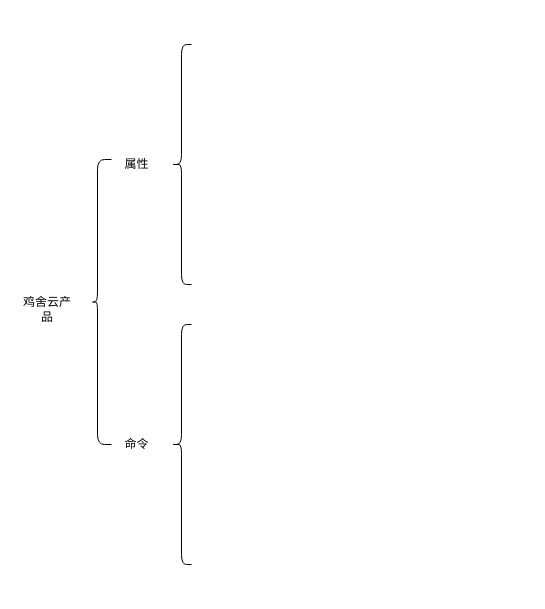
Above: 华为云.drawio in niusama2/papper_chart (draw.io), before the change. Source tidied: cells renumbered, new cells numbered last; positions are measured from the earlier drawing's top-left corner, leaving out a move shared by most shapes. Both pictures are drawn from the tidied source at 100%, with x=0, y=0 at pixel (17, 44).
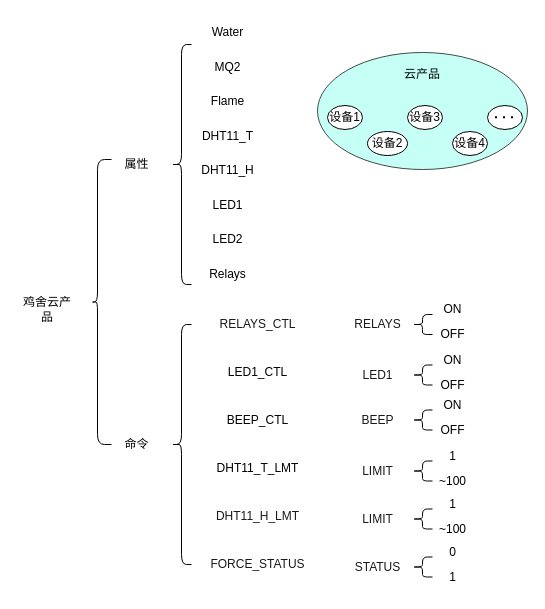
The same diagram, later.

Commit message (it also covers changes not shown here):
更新华为云.drawio

What changed in the source:
```diff
@@
+    <mxCell id="8" value="Water" style="text;html=1;align=center;verticalAlign=middle;strokeColor=none;fillColor=none;" parent="1" vertex="1">
+      <mxGeometry x="180" y="-27" width="60" height="30" as="geometry" />
+    </mxCell>
+    <mxCell id="9" value="MQ2" style="text;html=1;align=center;verticalAlign=middle;strokeColor=none;fillColor=none;" parent="1" vertex="1">
+      <mxGeometry x="185" y="8" width="50" height="30" as="geometry" />
+    </mxCell>
+    <mxCell id="10" value="Flame" style="text;html=1;align=center;verticalAlign=middle;strokeColor=none;fillColor=none;" parent="1" vertex="1">
+      <mxGeometry x="180" y="42" width="60" height="30" as="geometry" />
+    </mxCell>
+    <mxCell id="11" value="DHT11_T" style="text;html=1;align=center;verticalAlign=middle;strokeColor=none;fillColor=none;" parent="1" vertex="1">
+      <mxGeometry x="175" y="77" width="70" height="30" as="geometry" />
+    </mxCell>
+    <mxCell id="12" value="DHT11_H" style="text;html=1;align=center;verticalAlign=middle;strokeColor=none;fillColor=none;" parent="1" vertex="1">
+      <mxGeometry x="170" y="111" width="80" height="30" as="geometry" />
+    </mxCell>
+    <mxCell id="13" value="LED1" style="text;html=1;align=center;verticalAlign=middle;strokeColor=none;fillColor=none;" parent="1" vertex="1">
+      <mxGeometry x="185" y="146" width="50" height="30" as="geometry" />
+    </mxCell>
+    <mxCell id="14" value="LED2" style="text;html=1;align=center;verticalAlign=middle;strokeColor=none;fillColor=none;" parent="1" vertex="1">
+      <mxGeometry x="185" y="180" width="50" height="30" as="geometry" />
+    </mxCell>
+    <mxCell id="15" value="Relays" style="text;html=1;align=center;verticalAlign=middle;strokeColor=none;fillColor=none;" parent="1" vertex="1">
+      <mxGeometry x="180" y="215" width="60" height="30" as="geometry" />
+    </mxCell>
+    <mxCell id="16" value="&lt;span style=&quot;color: rgb(25, 25, 25); font-family: Helvetica, Arial, PingFangSC-Regular, &amp;quot;Hiragino Sans GB&amp;quot;, &amp;quot;Microsoft YaHei&amp;quot;, 微软雅黑, &amp;quot;Microsoft JhengHei&amp;quot;; text-align: start; background-color: rgb(255, 255, 255);&quot;&gt;RELAYS_CTL&lt;/span&gt;" style="text;html=1;align=center;verticalAlign=middle;strokeColor=none;fillColor=none;" parent="1" vertex="1">
+      <mxGeometry x="190" y="265" width="100" height="30" as="geometry" />
+    </mxCell>
+    <mxCell id="17" value="LED1_CTL" style="text;html=1;align=center;verticalAlign=middle;strokeColor=none;fillColor=none;" parent="1" vertex="1">
+      <mxGeometry x="200" y="313" width="80" height="30" as="geometry" />
+    </mxCell>
+    <mxCell id="18" value="BEEP_CTL" style="text;html=1;align=center;verticalAlign=middle;strokeColor=none;fillColor=none;" parent="1" vertex="1">
+      <mxGeometry x="200" y="361" width="80" height="30" as="geometry" />
+    </mxCell>
+    <mxCell id="19" value="DHT11_T_LMT" style="text;html=1;align=center;verticalAlign=middle;strokeColor=none;fillColor=none;" parent="1" vertex="1">
+      <mxGeometry x="185" y="409" width="110" height="30" as="geometry" />
+    </mxCell>
+    <mxCell id="20" value="&lt;span style=&quot;color: rgb(25, 25, 25); font-family: Helvetica, Arial, PingFangSC-Regular, &amp;quot;Hiragino Sans GB&amp;quot;, &amp;quot;Microsoft YaHei&amp;quot;, 微软雅黑, &amp;quot;Microsoft JhengHei&amp;quot;; text-align: start; background-color: rgb(255, 255, 255);&quot;&gt;DHT11_H_LMT&lt;/span&gt;" style="text;html=1;align=center;verticalAlign=middle;strokeColor=none;fillColor=none;" parent="1" vertex="1">
+      <mxGeometry x="185" y="457" width="110" height="30" as="geometry" />
+    </mxCell>
+    <mxCell id="21" value="&lt;span style=&quot;color: rgb(25, 25, 25); font-family: Helvetica, Arial, PingFangSC-Regular, &amp;quot;Hiragino Sans GB&amp;quot;, &amp;quot;Microsoft YaHei&amp;quot;, 微软雅黑, &amp;quot;Microsoft JhengHei&amp;quot;; text-align: start; background-color: rgb(255, 255, 255);&quot;&gt;FORCE_STATUS&lt;/span&gt;" style="text;html=1;align=center;verticalAlign=middle;strokeColor=none;fillColor=none;" parent="1" vertex="1">
+      <mxGeometry x="180" y="505" width="120" height="30" as="geometry" />
+    </mxCell>
+    <mxCell id="22" value="&lt;span style=&quot;color: rgb(25, 25, 25); font-family: Helvetica, Arial, PingFangSC-Regular, &amp;quot;Hiragino Sans GB&amp;quot;, &amp;quot;Microsoft YaHei&amp;quot;, 微软雅黑, &amp;quot;Microsoft JhengHei&amp;quot;; text-align: start; background-color: rgb(255, 255, 255);&quot;&gt;RELAYS&lt;/span&gt;" style="text;html=1;align=center;verticalAlign=middle;strokeColor=none;fillColor=none;" parent="1" vertex="1">
+      <mxGeometry x="325" y="265" width="70" height="30" as="geometry" />
+    </mxCell>
+    <mxCell id="23" style="shape=curlyBracket;whiteSpace=wrap;html=1;rounded=1;labelPosition=left;verticalLabelPosition=middle;align=right;verticalAlign=middle;size=0.5;" parent="1" vertex="1">
+      <mxGeometry x="395" y="270" width="20" height="20" as="geometry" />
+    </mxCell>
+    <mxCell id="24" value="ON" style="text;html=1;align=center;verticalAlign=middle;strokeColor=none;fillColor=none;" parent="1" vertex="1">
+      <mxGeometry x="415" y="250" width="40" height="30" as="geometry" />
+    </mxCell>
+    <mxCell id="25" value="OFF" style="text;html=1;align=center;verticalAlign=middle;strokeColor=none;fillColor=none;" parent="1" vertex="1">
+      <mxGeometry x="410" y="275" width="50" height="30" as="geometry" />
+    </mxCell>
+    <mxCell id="26" value="&lt;span style=&quot;color: rgb(25, 25, 25); font-family: Helvetica, Arial, PingFangSC-Regular, &amp;quot;Hiragino Sans GB&amp;quot;, &amp;quot;Microsoft YaHei&amp;quot;, 微软雅黑, &amp;quot;Microsoft JhengHei&amp;quot;; text-align: start; background-color: rgb(255, 255, 255);&quot;&gt;LED1&lt;/span&gt;" style="text;html=1;align=center;verticalAlign=middle;strokeColor=none;fillColor=none;" parent="1" vertex="1">
+      <mxGeometry x="335" y="315.5" width="50" height="30" as="geometry" />
+    </mxCell>
+    <mxCell id="27" style="shape=curlyBracket;whiteSpace=wrap;html=1;rounded=1;labelPosition=left;verticalLabelPosition=middle;align=right;verticalAlign=middle;size=0.5;" parent="1" vertex="1">
+      <mxGeometry x="395" y="320.5" width="20" height="20" as="geometry" />
+    </mxCell>
+    <mxCell id="28" value="ON" style="text;html=1;align=center;verticalAlign=middle;strokeColor=none;fillColor=none;" parent="1" vertex="1">
+      <mxGeometry x="415" y="300.5" width="40" height="30" as="geometry" />
+    </mxCell>
+    <mxCell id="29" value="OFF" style="text;html=1;align=center;verticalAlign=middle;strokeColor=none;fillColor=none;" parent="1" vertex="1">
+      <mxGeometry x="410" y="325.5" width="50" height="30" as="geometry" />
+    </mxCell>
+    <mxCell id="30" value="&lt;span style=&quot;color: rgb(25, 25, 25); font-family: Helvetica, Arial, PingFangSC-Regular, &amp;quot;Hiragino Sans GB&amp;quot;, &amp;quot;Microsoft YaHei&amp;quot;, 微软雅黑, &amp;quot;Microsoft JhengHei&amp;quot;; text-align: start; background-color: rgb(255, 255, 255);&quot;&gt;BEEP&lt;/span&gt;" style="text;html=1;align=center;verticalAlign=middle;strokeColor=none;fillColor=none;" parent="1" vertex="1">
+      <mxGeometry x="330" y="360.5" width="60" height="30" as="geometry" />
+    </mxCell>
+    <mxCell id="31" style="shape=curlyBracket;whiteSpace=wrap;html=1;rounded=1;labelPosition=left;verticalLabelPosition=middle;align=right;verticalAlign=middle;size=0.5;" parent="1" vertex="1">
+      <mxGeometry x="395" y="365.5" width="20" height="20" as="geometry" />
+    </mxCell>
+    <mxCell id="32" value="ON" style="text;html=1;align=center;verticalAlign=middle;strokeColor=none;fillColor=none;" parent="1" vertex="1">
+      <mxGeometry x="415" y="345.5" width="40" height="30" as="geometry" />
+    </mxCell>
+    <mxCell id="33" value="OFF" style="text;html=1;align=center;verticalAlign=middle;strokeColor=none;fillColor=none;" parent="1" vertex="1">
+      <mxGeometry x="410" y="370.5" width="50" height="30" as="geometry" />
+    </mxCell>
+    <mxCell id="34" value="&lt;span style=&quot;color: rgb(25, 25, 25); font-family: Helvetica, Arial, PingFangSC-Regular, &amp;quot;Hiragino Sans GB&amp;quot;, &amp;quot;Microsoft YaHei&amp;quot;, 微软雅黑, &amp;quot;Microsoft JhengHei&amp;quot;; text-align: start; background-color: rgb(255, 255, 255);&quot;&gt;LIMIT&lt;/span&gt;" style="text;html=1;align=center;verticalAlign=middle;strokeColor=none;fillColor=none;" parent="1" vertex="1">
+      <mxGeometry x="335" y="411.5" width="50" height="30" as="geometry" />
+    </mxCell>
+    <mxCell id="35" style="shape=curlyBracket;whiteSpace=wrap;html=1;rounded=1;labelPosition=left;verticalLabelPosition=middle;align=right;verticalAlign=middle;size=0.5;" parent="1" vertex="1">
+      <mxGeometry x="395" y="416.5" width="20" height="20" as="geometry" />
+    </mxCell>
+    <mxCell id="36" value="1" style="text;html=1;align=center;verticalAlign=middle;strokeColor=none;fillColor=none;" parent="1" vertex="1">
+      <mxGeometry x="420" y="396.5" width="30" height="30" as="geometry" />
+    </mxCell>
+    <mxCell id="37" value="~100" style="text;html=1;align=center;verticalAlign=middle;strokeColor=none;fillColor=none;" parent="1" vertex="1">
+      <mxGeometry x="410" y="421.5" width="50" height="30" as="geometry" />
+    </mxCell>
+    <mxCell id="38" value="&lt;span style=&quot;color: rgb(25, 25, 25); font-family: Helvetica, Arial, PingFangSC-Regular, &amp;quot;Hiragino Sans GB&amp;quot;, &amp;quot;Microsoft YaHei&amp;quot;, 微软雅黑, &amp;quot;Microsoft JhengHei&amp;quot;; text-align: start; background-color: rgb(255, 255, 255);&quot;&gt;LIMIT&lt;/span&gt;" style="text;html=1;align=center;verticalAlign=middle;strokeColor=none;fillColor=none;" parent="1" vertex="1">
+      <mxGeometry x="335" y="459.5" width="50" height="30" as="geometry" />
+    </mxCell>
+    <mxCell id="39" style="shape=curlyBracket;whiteSpace=wrap;html=1;rounded=1;labelPosition=left;verticalLabelPosition=middle;align=right;verticalAlign=middle;size=0.5;" parent="1" vertex="1">
+      <mxGeometry x="395" y="464.5" width="20" height="20" as="geometry" />
+    </mxCell>
+    <mxCell id="40" value="1" style="text;html=1;align=center;verticalAlign=middle;strokeColor=none;fillColor=none;" parent="1" vertex="1">
+      <mxGeometry x="420" y="444.5" width="30" height="30" as="geometry" />
+    </mxCell>
+    <mxCell id="41" value="~100" style="text;html=1;align=center;verticalAlign=middle;strokeColor=none;fillColor=none;" parent="1" vertex="1">
+      <mxGeometry x="410" y="469.5" width="50" height="30" as="geometry" />
+    </mxCell>
+    <mxCell id="42" value="&lt;span style=&quot;color: rgb(25, 25, 25); font-family: Helvetica, Arial, PingFangSC-Regular, &amp;quot;Hiragino Sans GB&amp;quot;, &amp;quot;Microsoft YaHei&amp;quot;, 微软雅黑, &amp;quot;Microsoft JhengHei&amp;quot;; text-align: start; background-color: rgb(255, 255, 255);&quot;&gt;STATUS&lt;/span&gt;" style="text;html=1;align=center;verticalAlign=middle;strokeColor=none;fillColor=none;" parent="1" vertex="1">
+      <mxGeometry x="325" y="507.5" width="70" height="30" as="geometry" />
+    </mxCell>
+    <mxCell id="43" style="shape=curlyBracket;whiteSpace=wrap;html=1;rounded=1;labelPosition=left;verticalLabelPosition=middle;align=right;verticalAlign=middle;size=0.5;" parent="1" vertex="1">
+      <mxGeometry x="395" y="512.5" width="20" height="20" as="geometry" />
+    </mxCell>
+    <mxCell id="44" value="0" style="text;html=1;align=center;verticalAlign=middle;strokeColor=none;fillColor=none;" parent="1" vertex="1">
+      <mxGeometry x="420" y="492.5" width="30" height="30" as="geometry" />
+    </mxCell>
+    <mxCell id="45" value="1" style="text;html=1;align=center;verticalAlign=middle;strokeColor=none;fillColor=none;" parent="1" vertex="1">
+      <mxGeometry x="420" y="517.5" width="30" height="30" as="geometry" />
+    </mxCell>
+    <mxCell id="46" style="ellipse;whiteSpace=wrap;html=1;fillStyle=solid;fillColor=#ADFFF2;opacity=70;" parent="1" vertex="1">
+      <mxGeometry x="300" y="8" width="210" height="117" as="geometry" />
+    </mxCell>
+    <mxCell id="47" value="云产品" style="text;html=1;align=center;verticalAlign=middle;whiteSpace=wrap;rounded=0;" parent="1" vertex="1">
+      <mxGeometry x="375" y="15" width="60" height="30" as="geometry" />
+    </mxCell>
+    <mxCell id="48" value="设备1" style="ellipse;whiteSpace=wrap;html=1;" parent="1" vertex="1">
+      <mxGeometry x="310" y="61" width="35" height="24" as="geometry" />
+    </mxCell>
+    <mxCell id="49" value="设备2" style="ellipse;whiteSpace=wrap;html=1;" parent="1" vertex="1">
+      <mxGeometry x="350" y="87" width="40" height="24" as="geometry" />
+    </mxCell>
+    <mxCell id="50" value="设备3" style="ellipse;whiteSpace=wrap;html=1;" parent="1" vertex="1">
+      <mxGeometry x="390" y="61" width="35" height="24" as="geometry" />
+    </mxCell>
+    <mxCell id="51" value="设备4" style="ellipse;whiteSpace=wrap;html=1;" parent="1" vertex="1">
+      <mxGeometry x="435" y="87" width="35" height="24" as="geometry" />
+    </mxCell>
+    <mxCell id="52" style="ellipse;whiteSpace=wrap;html=1;" parent="1" vertex="1">
+      <mxGeometry x="470" y="61" width="35" height="24" as="geometry" />
+    </mxCell>
+    <mxCell id="53" style="endArrow=none;dashed=1;html=1;dashPattern=1 3;strokeWidth=2;rounded=0;" parent="1" edge="1">
+      <mxGeometry relative="1" as="geometry">
+        <mxPoint x="477.5" y="72.7" as="sourcePoint" />
+        <mxPoint x="497.5" y="72.7" as="targetPoint" />
+      </mxGeometry>
+    </mxCell>
```
